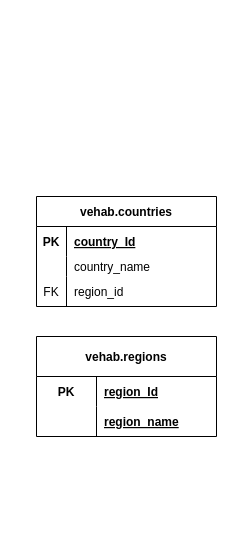
Before: HT_ERD.drawio in VehabK/a07_erds, a draw.io diagram. Source tidied: cells renumbered, new cells numbered last; positions are measured from the earlier drawing's top-left corner, leaving out a move shared by most shapes. Both pictures are drawn from the tidied source at 100%, with x=0, y=0 at pixel (36, 196).
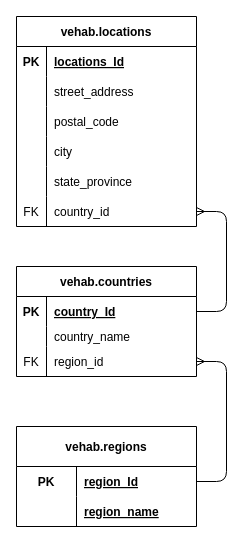
After the change.

Commit message:
added locations table

The change refers to these unchanged cells:
```xml
<mxCell id="3" style="shape=partialRectangle;fillColor=none;top=0;left=0;bottom=0;right=0;points=[[0,0.5],[1,0.5]];portConstraint=eastwest;" parent="2" vertex="1">
  <mxGeometry y="40" width="180" height="30" as="geometry" />
</mxCell>
<mxCell id="10" style="shape=partialRectangle;fillColor=none;top=0;left=0;bottom=1;right=0;points=[[0,0.5],[1,0.5]];portConstraint=eastwest;strokeColor=none;" parent="9" vertex="1">
  <mxGeometry y="30" width="180" height="30" as="geometry" />
</mxCell>
<mxCell id="16" style="shape=partialRectangle;fillColor=none;top=0;left=0;bottom=0;right=0;points=[[0,0.5],[1,0.5]];portConstraint=eastwest;" parent="9" vertex="1">
  <mxGeometry y="80" width="180" height="30" as="geometry" />
</mxCell>
```

The edit, as a diff of the source:
```diff
@@
     <mxCell id="2" value="vehab.regions" style="shape=table;startSize=40;childLayout=tableLayout;rowLines=0;fontStyle=1;align=center;strokeColor=#000000;" parent="1" vertex="1">
-      <mxGeometry y="140" width="180" height="100" as="geometry" />
+      <mxGeometry x="-20" y="230" width="180" height="100" as="geometry" />
     </mxCell>
@@
     <mxCell id="9" value="vehab.countries" style="shape=table;startSize=30;childLayout=tableLayout;rowLines=0;fontStyle=1;align=center;strokeColor=#000000;" parent="1" vertex="1">
-      <mxGeometry width="180" height="110" as="geometry" />
+      <mxGeometry x="-20" y="70" width="180" height="110" as="geometry" />
     </mxCell>
@@
+    <mxCell id="19" style="edgeStyle=entityRelationEdgeStyle;fontSize=12;html=1;endArrow=ERmany;exitX=1;exitY=0.5;exitDx=0;exitDy=0;entryX=1;entryY=0.5;entryDx=0;entryDy=0;" parent="1" edge="1" source="3" target="16">
+      <mxGeometry relative="1" as="geometry" />
+    </mxCell>
+    <mxCell id="20" value="vehab.locations" style="shape=table;startSize=30;childLayout=tableLayout;rowLines=0;fontStyle=1;align=center;strokeColor=#000000;" parent="1" vertex="1">
+      <mxGeometry x="-20" y="-180" width="180" height="210" as="geometry" />
+    </mxCell>
+    <mxCell id="21" style="shape=partialRectangle;fillColor=none;top=0;left=0;bottom=1;right=0;strokeColor=none;" parent="20" vertex="1">
+      <mxGeometry y="30" width="180" height="30" as="geometry" />
+    </mxCell>
+    <mxCell id="22" value="PK" style="shape=partialRectangle;fillColor=none;top=0;left=0;bottom=0;right=0;fontStyle=1;overflow=hidden;strokeColor=none;" parent="21" vertex="1">
+      <mxGeometry width="30" height="30" as="geometry" />
+    </mxCell>
+    <mxCell id="23" value="locations_Id" style="shape=partialRectangle;fillColor=none;top=0;left=0;bottom=0;right=0;align=left;spacingLeft=6;fontStyle=5;overflow=hidden;strokeColor=none;" parent="21" vertex="1">
+      <mxGeometry x="30" width="150" height="30" as="geometry" />
+    </mxCell>
+    <mxCell id="24" style="shape=partialRectangle;fillColor=none;top=0;left=0;bottom=0;right=0;" parent="20" vertex="1">
+      <mxGeometry y="60" width="180" height="30" as="geometry" />
+    </mxCell>
+    <mxCell id="25" style="shape=partialRectangle;fillColor=none;top=0;left=0;bottom=0;right=0;overflow=hidden;" parent="24" vertex="1">
+      <mxGeometry width="30" height="30" as="geometry" />
+    </mxCell>
+    <mxCell id="26" value="street_address" style="shape=partialRectangle;fillColor=none;top=0;left=0;bottom=0;right=0;align=left;spacingLeft=6;overflow=hidden;strokeColor=none;" parent="24" vertex="1">
+      <mxGeometry x="30" width="150" height="30" as="geometry" />
+    </mxCell>
+    <mxCell id="27" style="shape=partialRectangle;fillColor=none;top=0;left=0;bottom=0;right=0;" parent="20" vertex="1">
+      <mxGeometry y="90" width="180" height="30" as="geometry" />
+    </mxCell>
+    <mxCell id="28" style="shape=partialRectangle;fillColor=none;top=0;left=0;bottom=0;right=0;overflow=hidden;" parent="27" vertex="1">
+      <mxGeometry width="30" height="30" as="geometry" />
+    </mxCell>
+    <mxCell id="29" value="postal_code" style="shape=partialRectangle;fillColor=none;top=0;left=0;bottom=0;right=0;align=left;spacingLeft=6;overflow=hidden;" parent="27" vertex="1">
+      <mxGeometry x="30" width="150" height="30" as="geometry" />
+    </mxCell>
+    <mxCell id="30" style="shape=partialRectangle;fillColor=none;top=0;left=0;bottom=0;right=0;" parent="20" vertex="1">
+      <mxGeometry y="120" width="180" height="30" as="geometry" />
+    </mxCell>
+    <mxCell id="31" style="shape=partialRectangle;fillColor=none;top=0;left=0;bottom=0;right=0;overflow=hidden;" parent="30" vertex="1">
+      <mxGeometry width="30" height="30" as="geometry" />
+    </mxCell>
+    <mxCell id="32" value="city" style="shape=partialRectangle;fillColor=none;top=0;left=0;bottom=0;right=0;align=left;spacingLeft=6;overflow=hidden;" parent="30" vertex="1">
+      <mxGeometry x="30" width="150" height="30" as="geometry" />
+    </mxCell>
+    <mxCell id="33" style="shape=partialRectangle;fillColor=none;top=0;left=0;bottom=0;right=0;" parent="20" vertex="1">
+      <mxGeometry y="150" width="180" height="30" as="geometry" />
+    </mxCell>
+    <mxCell id="34" style="shape=partialRectangle;fillColor=none;top=0;left=0;bottom=0;right=0;overflow=hidden;" parent="33" vertex="1">
+      <mxGeometry width="30" height="30" as="geometry" />
+    </mxCell>
+    <mxCell id="35" value="state_province" style="shape=partialRectangle;fillColor=none;top=0;left=0;bottom=0;right=0;align=left;spacingLeft=6;overflow=hidden;" parent="33" vertex="1">
+      <mxGeometry x="30" width="150" height="30" as="geometry" />
+    </mxCell>
+    <mxCell id="36" style="shape=partialRectangle;fillColor=none;top=0;left=0;bottom=0;right=0;points=[[0,0.5],[1,0.5]];portConstraint=eastwest;" parent="20" vertex="1">
+      <mxGeometry y="180" width="180" height="30" as="geometry" />
+    </mxCell>
+    <mxCell id="37" value="FK" style="shape=partialRectangle;fillColor=none;top=0;left=0;bottom=0;right=0;overflow=hidden;" parent="36" vertex="1">
+      <mxGeometry width="30" height="30" as="geometry" />
+    </mxCell>
+    <mxCell id="38" value="country_id" style="shape=partialRectangle;fillColor=none;top=0;left=0;bottom=0;right=0;align=left;spacingLeft=6;overflow=hidden;" parent="36" vertex="1">
+      <mxGeometry x="30" width="150" height="30" as="geometry" />
+    </mxCell>
+    <mxCell id="39" style="edgeStyle=orthogonalEdgeStyle;fontSize=12;html=1;endArrow=ERmany;exitX=1;exitY=0.5;exitDx=0;exitDy=0;entryX=1;entryY=0.5;entryDx=0;entryDy=0;" parent="1" edge="1" source="10" target="36">
+      <mxGeometry relative="1" as="geometry">
+        <Array as="points">
+          <mxPoint x="190" y="115" />
+          <mxPoint x="190" y="15" />
+        </Array>
+      </mxGeometry>
+    </mxCell>
```
